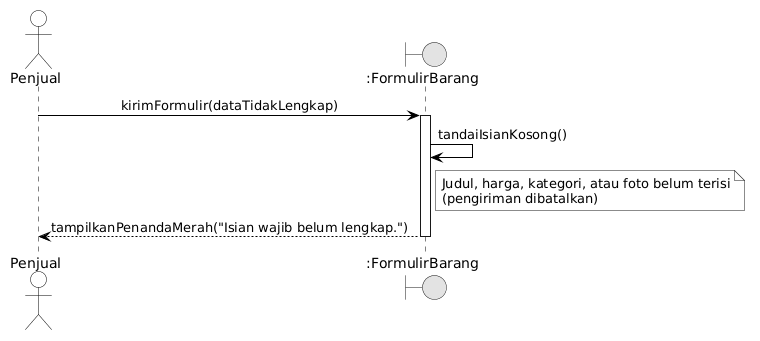
The PlantUML diagram docs/M7/assets/diagram/Sequence_UC07_Alt1.png in ghaniyul/IF2150-RPL-K01-G02, before a commit. The source it was exported from:
```plantuml
@startuml
skinparam monochrome true
skinparam shadowing false
skinparam defaultFontName Arial
skinparam sequenceMessageAlign center
skinparam backgroundColor #FFFFFF

skinparam participant {
    BackgroundColor #FFFFFF
    BorderColor #000000
}
skinparam actor {
    BackgroundColor #FFFFFF
    BorderColor #000000
}
skinparam sequence {
    LifeLineBackgroundColor #FFFFFF
    LifeLineBorderColor #000000
    ArrowColor #000000
    ActorBorderColor #000000
    ActorBackgroundColor #FFFFFF
    GroupBorderColor #000000
    GroupBackgroundColor #FFFFFF
}

actor "Penjual" as User
boundary ":FormulirBarang" as UI

User -> UI: kirimFormulir(dataTidakLengkap)
activate UI
UI -> UI: tandaiIsianKosong()
note right of UI: Judul, harga, kategori, atau foto belum terisi\n(pengiriman dibatalkan)
UI --> User: tampilkanPenandaMerah("Isian wajib belum lengkap.")
deactivate UI
@enduml
```
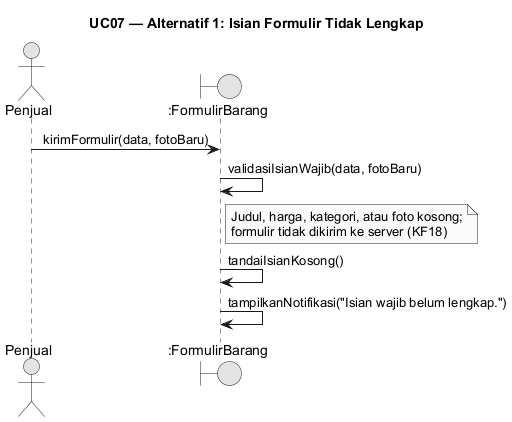
The same file after the commit.

The edit, as a diff of the source:
```diff
@@ -4,32 +4,14 @@
 skinparam defaultFontName Arial
 skinparam sequenceMessageAlign center
 skinparam backgroundColor #FFFFFF
-
-skinparam participant {
-    BackgroundColor #FFFFFF
-    BorderColor #000000
-}
-skinparam actor {
-    BackgroundColor #FFFFFF
-    BorderColor #000000
-}
-skinparam sequence {
-    LifeLineBackgroundColor #FFFFFF
-    LifeLineBorderColor #000000
-    ArrowColor #000000
-    ActorBorderColor #000000
-    ActorBackgroundColor #FFFFFF
-    GroupBorderColor #000000
-    GroupBackgroundColor #FFFFFF
-}
-
+skinparam responseMessageBelowArrow true
+title UC07 — Alternatif 1: Isian Formulir Tidak Lengkap
 actor "Penjual" as User
 boundary ":FormulirBarang" as UI
 
-User -> UI: kirimFormulir(dataTidakLengkap)
-activate UI
+User -> UI: kirimFormulir(data, fotoBaru)
+UI -> UI: validasiIsianWajib(data, fotoBaru)
+note right of UI: Judul, harga, kategori, atau foto kosong;\nformulir tidak dikirim ke server (KF18)
 UI -> UI: tandaiIsianKosong()
-note right of UI: Judul, harga, kategori, atau foto belum terisi\n(pengiriman dibatalkan)
-UI --> User: tampilkanPenandaMerah("Isian wajib belum lengkap.")
-deactivate UI
+UI -> UI: tampilkanNotifikasi("Isian wajib belum lengkap.")
 @enduml
```
